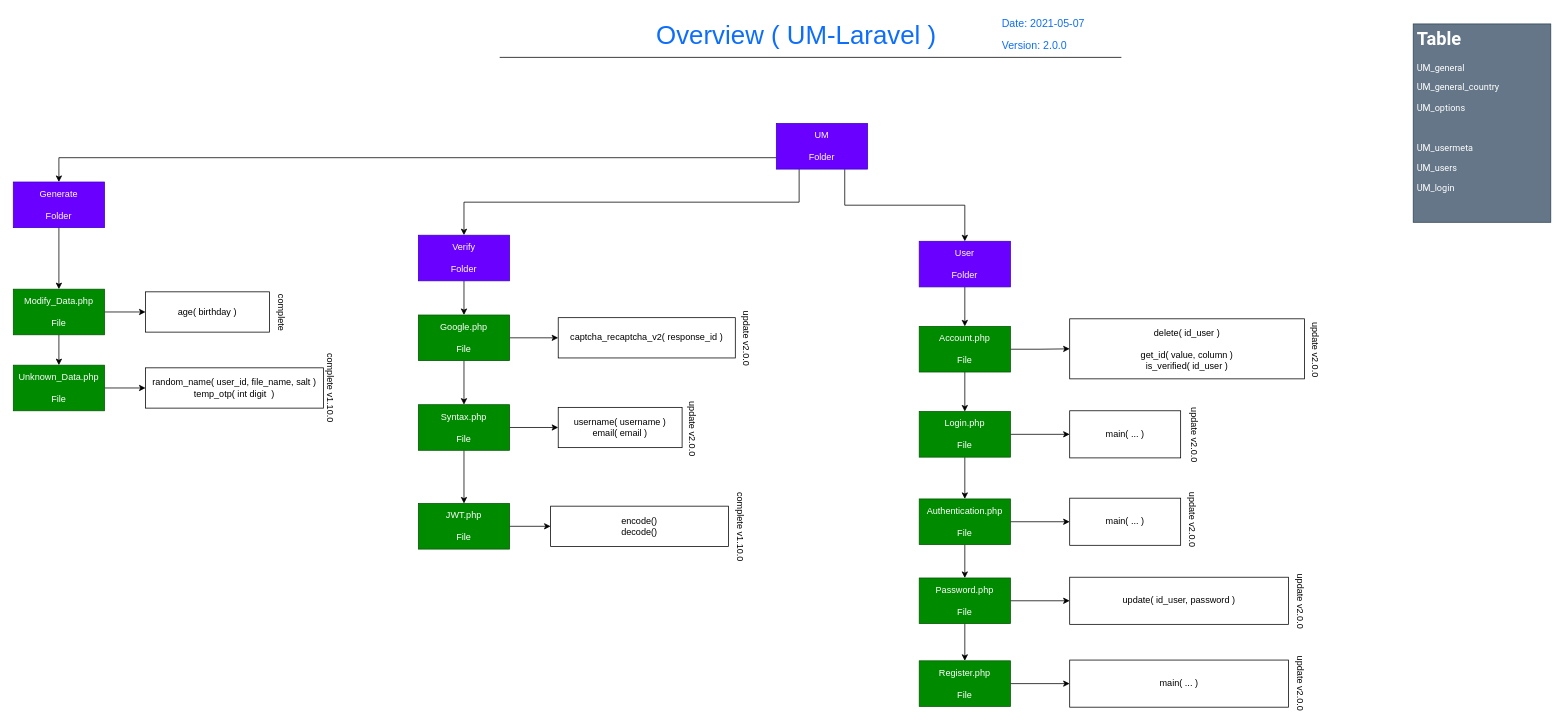
Earlier version of the draw.io diagram Docs/main.drawio (imithu/UM). Source tidied: cells renumbered, new cells numbered last; positions are measured from the earlier drawing's top-left corner, leaving out a move shared by most shapes. Both pictures are drawn from the tidied source at 76%, with x=0, y=0 at pixel (13, 13).
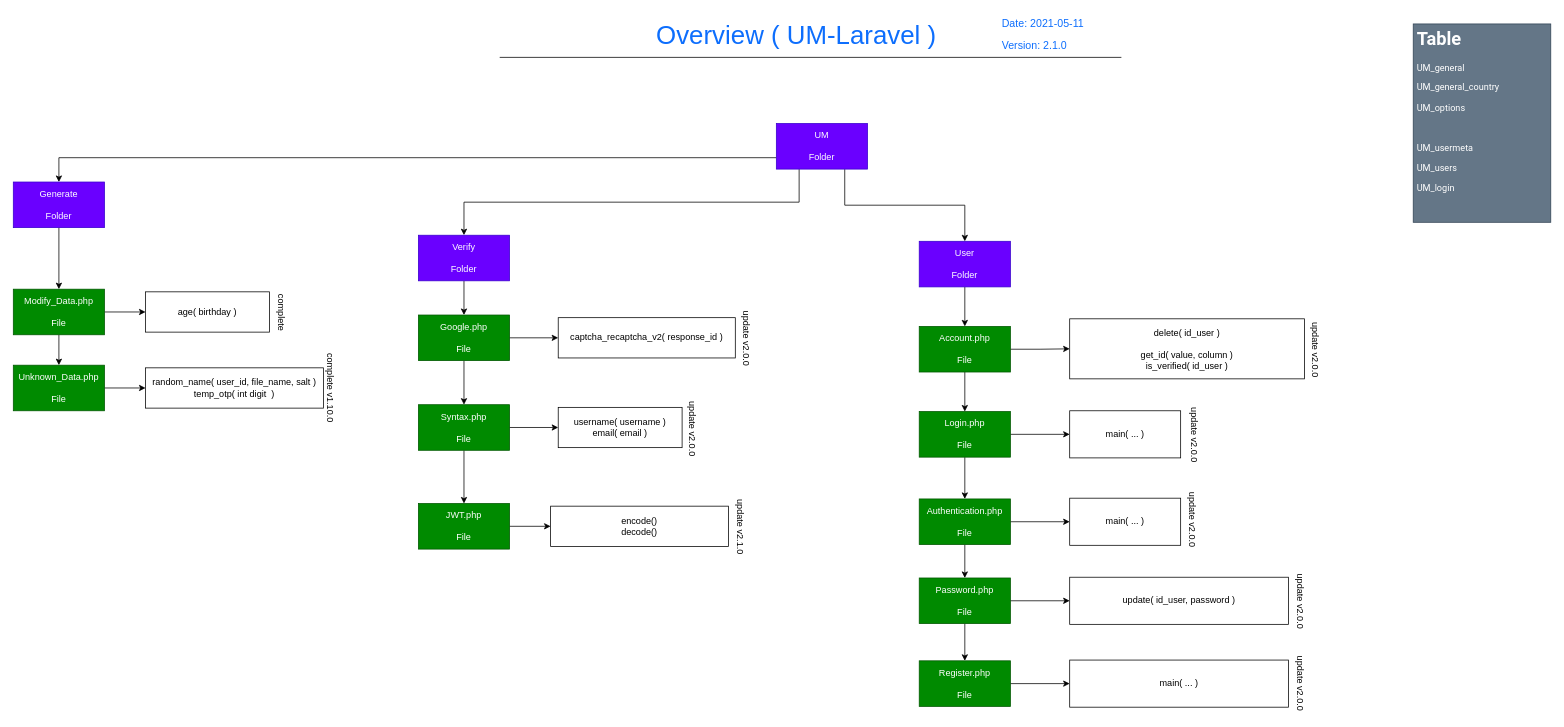
Above is the later version.

Unchanged cells that the change refers to:
```xml
<mxCell id="2" style="group;fontSize=34;" parent="1" vertex="1">
  <mxGeometry x="640" width="818" height="58" as="geometry" />
</mxCell>
```

The edit, as a diff of the source:
```diff
@@
-    <mxCell id="4" value="Date: 2021-05-07" style="text;html=1;strokeColor=none;fillColor=none;align=left;verticalAlign=middle;whiteSpace=wrap;labelBackgroundColor=none;fontSize=14;fontColor=#0d6efd;" parent="2" vertex="1">
+    <mxCell id="4" value="Date: 2021-05-11" style="text;html=1;strokeColor=none;fillColor=none;align=left;verticalAlign=middle;whiteSpace=wrap;labelBackgroundColor=none;fontSize=14;fontColor=#0d6efd;" parent="2" vertex="1">
       <mxGeometry x="659" y="1" width="147" height="25" as="geometry" />
     </mxCell>
@@
-    <mxCell id="6" value="Version: 2.0.0" style="text;html=1;strokeColor=none;fillColor=none;align=left;verticalAlign=middle;whiteSpace=wrap;labelBackgroundColor=none;fontSize=14;fontColor=#0d6efd;" parent="2" vertex="1">
+    <mxCell id="6" value="Version: 2.1.0" style="text;html=1;strokeColor=none;fillColor=none;align=left;verticalAlign=middle;whiteSpace=wrap;labelBackgroundColor=none;fontSize=14;fontColor=#0d6efd;" parent="2" vertex="1">
       <mxGeometry x="659" y="32" width="132" height="20" as="geometry" />
     </mxCell>
@@
-    <mxCell id="63" value="complete v1.10.0" style="text;html=1;align=center;verticalAlign=middle;rotation=90;" parent="1" vertex="1">
-      <mxGeometry x="906" y="666" width="101" height="18" as="geometry" />
+    <mxCell id="63" value="update v2.1.0" style="text;html=1;align=center;verticalAlign=middle;rotation=90;" parent="1" vertex="1">
+      <mxGeometry x="915" y="666" width="83" height="18" as="geometry" />
     </mxCell>
```
